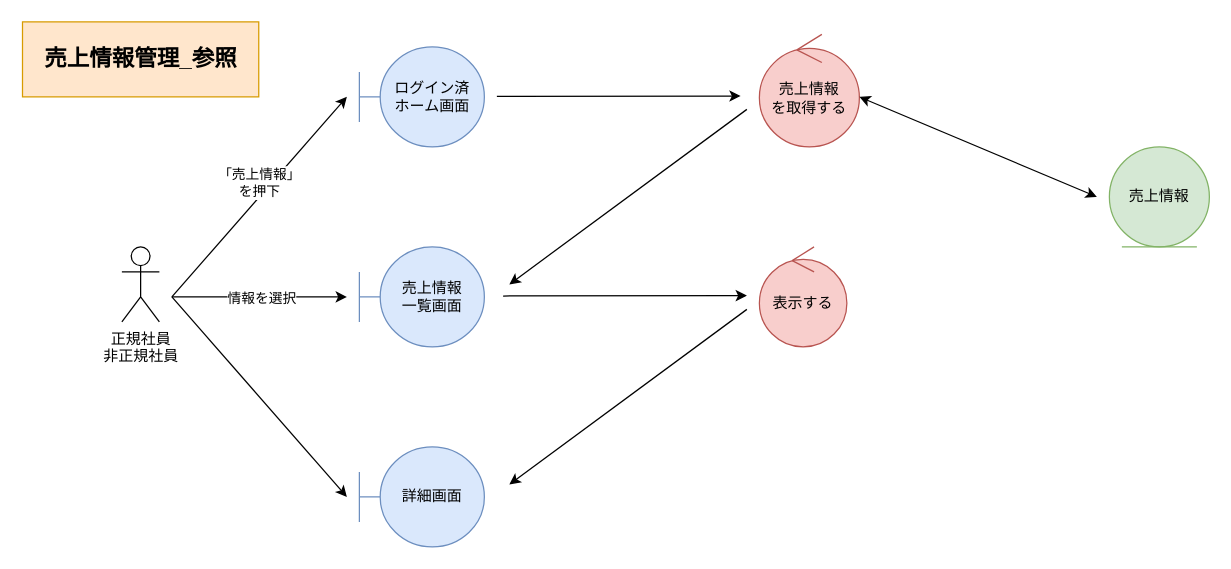
This is page "*売上_参照" (2 of 4) of 各種設計書/3ロバストネス図/商品情報管理/F11売上.drawio from HaruShim/Sotuken, a draw.io file, before an edit. Source tidied: cells renumbered, new cells numbered last; positions are measured from the earlier drawing's top-left corner, leaving out a move shared by most shapes. Both pictures are drawn from the tidied source at 125%, with x=0, y=0 at pixel (21, 21).
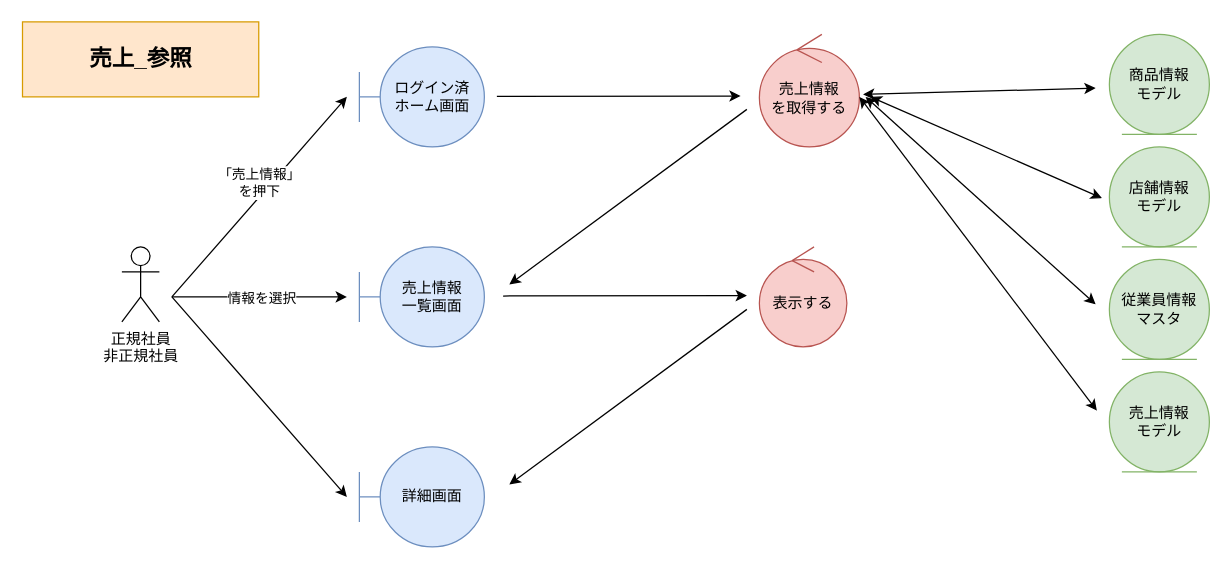
The same page after the edit.

Change to the diagram source:
```diff
@@
-    <mxCell id="5" value="売上情報" style="ellipse;shape=umlEntity;whiteSpace=wrap;html=1;fillColor=#d5e8d4;strokeColor=#82b366;" parent="1" vertex="1">
-      <mxGeometry x="870" y="100" width="80" height="80" as="geometry" />
-    </mxCell>
@@
-    <mxCell id="8" style="endArrow=classic;html=1;rounded=0;startArrow=classic;startFill=1;" parent="1" edge="1">
-      <mxGeometry relative="1" as="geometry">
-        <mxPoint x="670" y="60" as="sourcePoint" />
-        <mxPoint x="860" y="140" as="targetPoint" />
-      </mxGeometry>
-    </mxCell>
@@
-    <mxCell id="13" value="売上情報管理_参照" style="rounded=0;whiteSpace=wrap;html=1;fillColor=#ffe6cc;strokeColor=#d79b00;fontStyle=1;fontSize=18;" parent="1" vertex="1">
+    <mxCell id="13" value="売上_参照" style="rounded=0;whiteSpace=wrap;html=1;fillColor=#ffe6cc;strokeColor=#d79b00;fontStyle=1;fontSize=18;" parent="1" vertex="1">
       <mxGeometry x="0.5" width="189" height="60" as="geometry" />
     </mxCell>
@@
+    <mxCell id="20" value="店舗情報&lt;br&gt;モデル" style="ellipse;shape=umlEntity;whiteSpace=wrap;html=1;fillColor=#d5e8d4;strokeColor=#82b366;" parent="1" vertex="1">
+      <mxGeometry x="870" y="100" width="80" height="80" as="geometry" />
+    </mxCell>
+    <mxCell id="21" style="endArrow=classic;html=1;rounded=0;startArrow=classic;startFill=1;" parent="1" edge="1">
+      <mxGeometry relative="1" as="geometry">
+        <mxPoint x="670" y="60" as="sourcePoint" />
+        <mxPoint x="860" y="311" as="targetPoint" />
+      </mxGeometry>
+    </mxCell>
+    <mxCell id="22" value="商品情報&lt;br&gt;モデル" style="ellipse;shape=umlEntity;whiteSpace=wrap;html=1;fillColor=#d5e8d4;strokeColor=#82b366;" parent="1" vertex="1">
+      <mxGeometry x="870" y="10" width="80" height="80" as="geometry" />
+    </mxCell>
+    <mxCell id="23" value="従業員情報&lt;br&gt;マスタ" style="ellipse;shape=umlEntity;whiteSpace=wrap;html=1;fillColor=#d5e8d4;strokeColor=#82b366;" parent="1" vertex="1">
+      <mxGeometry x="870" y="190" width="80" height="80" as="geometry" />
+    </mxCell>
+    <mxCell id="24" value="売上情報&lt;br&gt;モデル" style="ellipse;shape=umlEntity;whiteSpace=wrap;html=1;fillColor=#d5e8d4;strokeColor=#82b366;" parent="1" vertex="1">
+      <mxGeometry x="870" y="280" width="80" height="80" as="geometry" />
+    </mxCell>
+    <mxCell id="25" style="endArrow=classic;html=1;rounded=0;startArrow=classic;startFill=1;" parent="1" edge="1">
+      <mxGeometry relative="1" as="geometry">
+        <mxPoint x="859" y="53" as="sourcePoint" />
+        <mxPoint x="673" y="58" as="targetPoint" />
+      </mxGeometry>
+    </mxCell>
+    <mxCell id="26" style="endArrow=classic;html=1;rounded=0;startArrow=classic;startFill=1;" parent="1" edge="1">
+      <mxGeometry relative="1" as="geometry">
+        <mxPoint x="859" y="226" as="sourcePoint" />
+        <mxPoint x="675" y="60" as="targetPoint" />
+      </mxGeometry>
+    </mxCell>
+    <mxCell id="27" style="endArrow=classic;html=1;rounded=0;startArrow=classic;startFill=1;" parent="1" edge="1">
+      <mxGeometry relative="1" as="geometry">
+        <mxPoint x="864" y="141" as="sourcePoint" />
+        <mxPoint x="679" y="60" as="targetPoint" />
+      </mxGeometry>
+    </mxCell>
```
